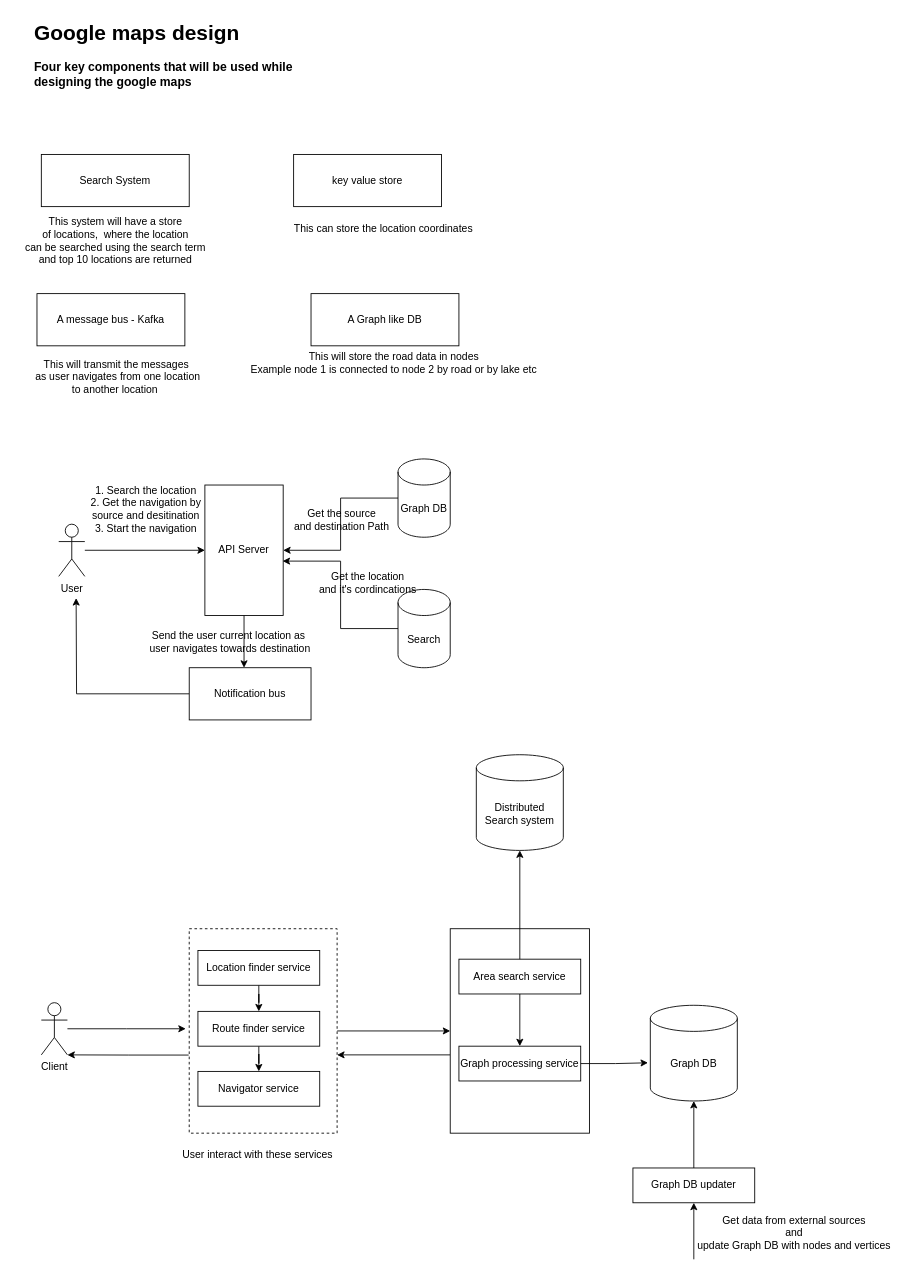
anshul1790/system-design-playground keeps this draw.io diagram as GoogleMaps HLD.drawio. Above is the earlier version. Source tidied: cells renumbered, new cells numbered last; positions are measured from the earlier drawing's top-left corner, leaving out a move shared by most shapes. Both pictures are drawn from the tidied source at 87%, with x=0, y=0 at pixel (15, 15).
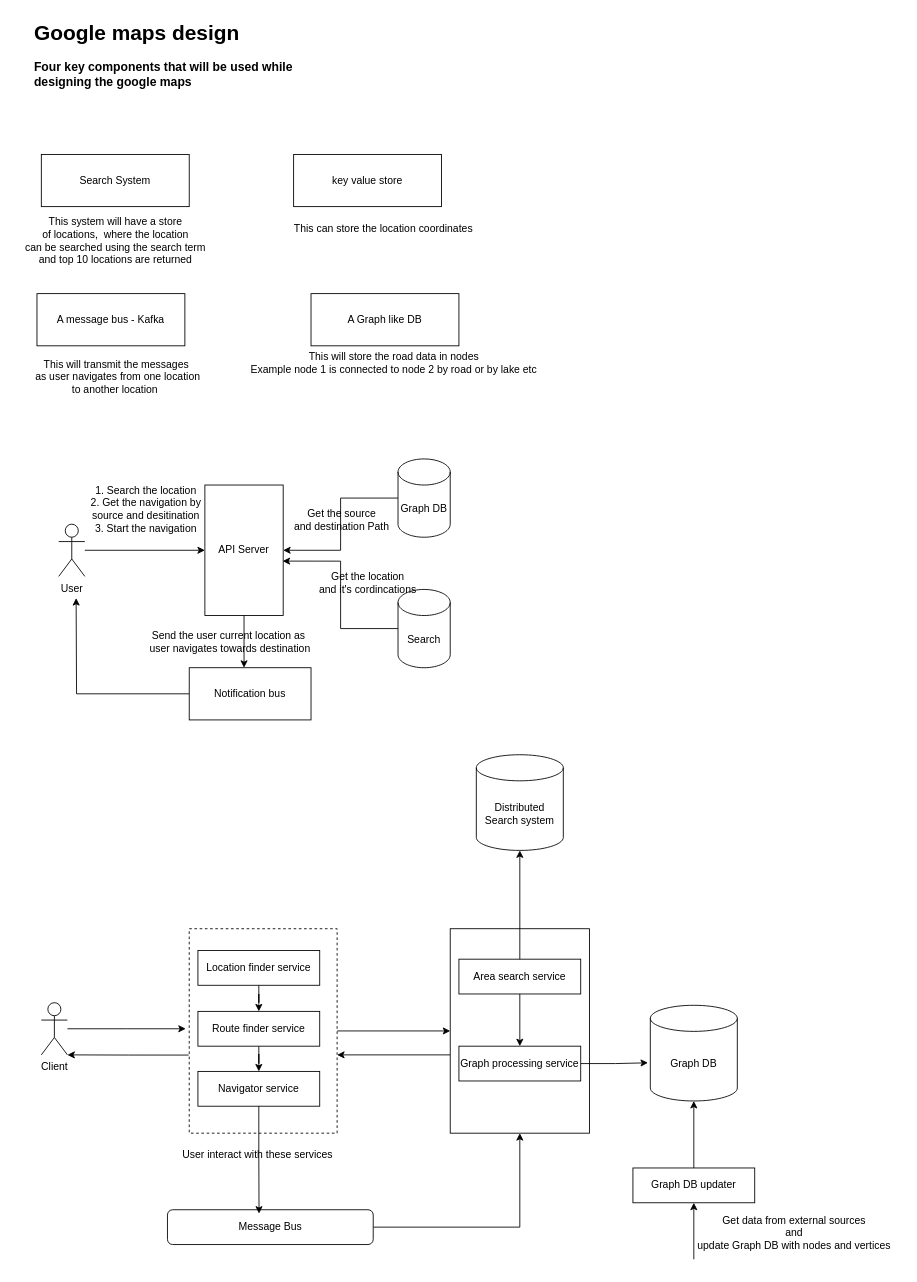
After the change.

The change refers to these unchanged cells:
```xml
<mxCell id="34" value="Navigator service" style="rounded=0;whiteSpace=wrap;html=1;" parent="1" vertex="1">
  <mxGeometry x="210" y="1214" width="140" height="40" as="geometry" />
</mxCell>
<mxCell id="36" style="rounded=0;whiteSpace=wrap;html=1;" parent="1" vertex="1">
  <mxGeometry x="500" y="1050" width="160" height="235" as="geometry" />
</mxCell>
```

Change to the diagram source:
```diff
@@
+    <mxCell id="49" style="edgeStyle=orthogonalEdgeStyle;rounded=0;jettySize=auto;html=1;" parent="1" edge="1" source="50" target="36">
+      <mxGeometry relative="1" as="geometry" />
+    </mxCell>
+    <mxCell id="50" value="Message Bus" style="rounded=1;whiteSpace=wrap;html=1;" parent="1" vertex="1">
+      <mxGeometry x="175" y="1373" width="236.5" height="40" as="geometry" />
+    </mxCell>
+    <mxCell id="51" style="edgeStyle=orthogonalEdgeStyle;rounded=0;jettySize=auto;html=1;entryX=0.445;entryY=0.111;entryDx=0;entryDy=0;entryPerimeter=0;" parent="1" edge="1" source="34" target="50">
+      <mxGeometry relative="1" as="geometry" />
+    </mxCell>
```
